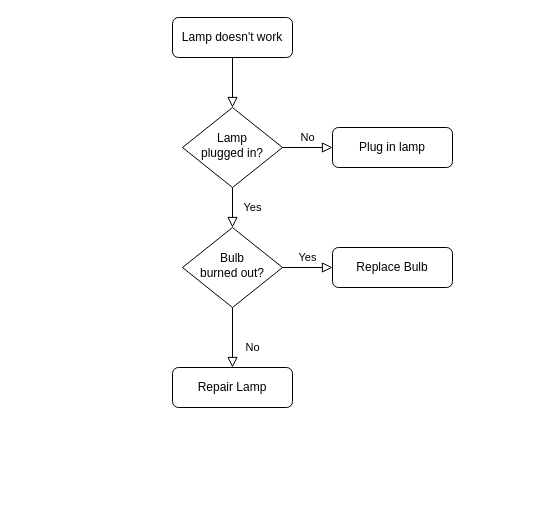
This is crash.drawio from prim/git, a draw.io file, before an edit. Source tidied: cells renumbered, new cells numbered last; positions are measured from the earlier drawing's top-left corner, leaving out a move shared by most shapes. Both pictures are drawn from the tidied source at 100%, with x=0, y=0 at pixel (172, 17).
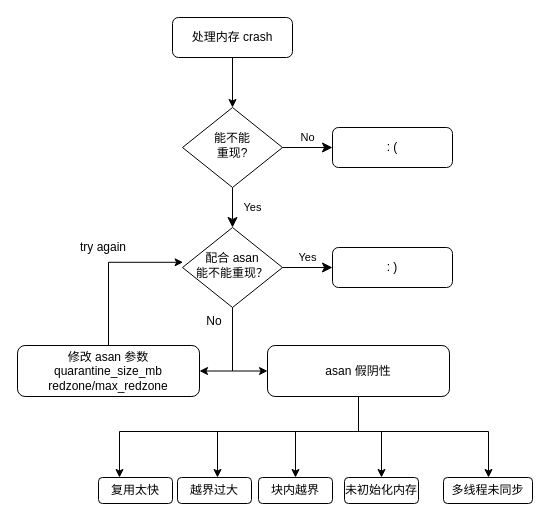
The same diagram, later.

The edit, as a diff of the source:
```diff
@@
-    <mxCell id="2" style="rounded=0;html=1;jettySize=auto;fontSize=11;endArrow=block;endFill=0;endSize=8;strokeWidth=1;shadow=0;labelBackgroundColor=none;edgeStyle=orthogonalEdgeStyle;" parent="1" edge="1" source="3" target="6">
+    <mxCell id="2" style="rounded=0;html=1;jettySize=auto;fontSize=11;endArrow=classic;endFill=1;strokeWidth=1;shadow=0;labelBackgroundColor=none;edgeStyle=orthogonalEdgeStyle;" parent="1" edge="1" source="3" target="6">
       <mxGeometry relative="1" as="geometry" />
     </mxCell>
-    <mxCell id="3" value="Lamp doesn't work" style="rounded=1;whiteSpace=wrap;html=1;fontSize=12;glass=0;strokeWidth=1;shadow=0;" parent="1" vertex="1">
+    <mxCell id="3" value="处理内存 crash" style="rounded=1;whiteSpace=wrap;html=1;fontSize=12;glass=0;strokeWidth=1;shadow=0;" parent="1" vertex="1">
       <mxGeometry width="120" height="40" as="geometry" />
     </mxCell>
-    <mxCell id="4" value="Yes" style="rounded=0;html=1;jettySize=auto;fontSize=11;endArrow=block;endFill=0;endSize=8;strokeWidth=1;shadow=0;labelBackgroundColor=none;edgeStyle=orthogonalEdgeStyle;" parent="1" edge="1" source="6" target="10">
+    <mxCell id="4" value="Yes" style="rounded=0;html=1;jettySize=auto;fontSize=11;endArrow=classic;endFill=1;endSize=8;strokeWidth=1;shadow=0;labelBackgroundColor=none;edgeStyle=orthogonalEdgeStyle;" parent="1" edge="1" source="6" target="10">
       <mxGeometry y="20" relative="1" as="geometry" />
     </mxCell>
-    <mxCell id="5" value="No" style="edgeStyle=orthogonalEdgeStyle;rounded=0;html=1;jettySize=auto;fontSize=11;endArrow=block;endFill=0;endSize=8;strokeWidth=1;shadow=0;labelBackgroundColor=none;" parent="1" edge="1" source="6" target="7">
+    <mxCell id="5" value="No" style="edgeStyle=orthogonalEdgeStyle;rounded=0;html=1;jettySize=auto;fontSize=11;endArrow=classic;endFill=1;endSize=8;strokeWidth=1;shadow=0;labelBackgroundColor=none;" parent="1" edge="1" source="6" target="7">
       <mxGeometry y="10" relative="1" as="geometry" />
     </mxCell>
-    <mxCell id="6" value="Lamp&lt;br&gt;plugged in?" style="rhombus;whiteSpace=wrap;html=1;shadow=0;fontFamily=Helvetica;fontSize=12;align=center;strokeWidth=1;spacing=6;spacingTop=-4;" parent="1" vertex="1">
+    <mxCell id="6" value="能不能&lt;br&gt;重现?" style="rhombus;whiteSpace=wrap;html=1;shadow=0;fontFamily=Helvetica;fontSize=12;align=center;strokeWidth=1;spacing=6;spacingTop=-4;" parent="1" vertex="1">
       <mxGeometry x="10" y="90" width="100" height="80" as="geometry" />
     </mxCell>
-    <mxCell id="7" value="Plug in lamp" style="rounded=1;whiteSpace=wrap;html=1;fontSize=12;glass=0;strokeWidth=1;shadow=0;" parent="1" vertex="1">
+    <mxCell id="7" value=": (" style="rounded=1;whiteSpace=wrap;html=1;fontSize=12;glass=0;strokeWidth=1;shadow=0;" parent="1" vertex="1">
       <mxGeometry x="160" y="110" width="120" height="40" as="geometry" />
     </mxCell>
-    <mxCell id="8" value="No" style="rounded=0;html=1;jettySize=auto;fontSize=11;endArrow=block;endFill=0;endSize=8;strokeWidth=1;shadow=0;labelBackgroundColor=none;edgeStyle=orthogonalEdgeStyle;" parent="1" edge="1" source="10" target="11">
-      <mxGeometry x="0.33" y="20" relative="1" as="geometry" />
-    </mxCell>
-    <mxCell id="9" value="Yes" style="edgeStyle=orthogonalEdgeStyle;rounded=0;html=1;jettySize=auto;fontSize=11;endArrow=block;endFill=0;endSize=8;strokeWidth=1;shadow=0;labelBackgroundColor=none;" parent="1" edge="1" source="10" target="12">
+    <mxCell id="9" value="Yes" style="edgeStyle=orthogonalEdgeStyle;rounded=0;html=1;jettySize=auto;fontSize=11;endArrow=classic;endFill=1;endSize=8;strokeWidth=1;shadow=0;labelBackgroundColor=none;" parent="1" edge="1" source="10" target="12">
       <mxGeometry y="10" relative="1" as="geometry" />
     </mxCell>
+    <mxCell id="13" style="edgeStyle=orthogonalEdgeStyle;rounded=0;jettySize=auto;html=1;entryX=1;entryY=0.5;entryDx=0;entryDy=0;" parent="1" edge="1" source="10" target="11">
+      <mxGeometry relative="1" as="geometry" />
+    </mxCell>
+    <mxCell id="14" style="edgeStyle=orthogonalEdgeStyle;rounded=0;jettySize=auto;html=1;entryX=0;entryY=0.5;entryDx=0;entryDy=0;" parent="1" edge="1" source="10" target="22">
+      <mxGeometry relative="1" as="geometry" />
+    </mxCell>
-    <mxCell id="10" value="Bulb&lt;br&gt;burned out?" style="rhombus;whiteSpace=wrap;html=1;shadow=0;fontFamily=Helvetica;fontSize=12;align=center;strokeWidth=1;spacing=6;spacingTop=-4;" parent="1" vertex="1">
+    <mxCell id="10" value="配合 asan &lt;br&gt;能不能重现？" style="rhombus;whiteSpace=wrap;html=1;shadow=0;fontFamily=Helvetica;fontSize=12;align=center;strokeWidth=1;spacing=6;spacingTop=-4;" parent="1" vertex="1">
       <mxGeometry x="10" y="210" width="100" height="80" as="geometry" />
     </mxCell>
+    <mxCell id="15" style="edgeStyle=orthogonalEdgeStyle;rounded=0;jettySize=auto;html=1;entryX=0.006;entryY=0.435;entryDx=0;entryDy=0;entryPerimeter=0;" parent="1" edge="1" source="11" target="10">
+      <mxGeometry relative="1" as="geometry" />
+    </mxCell>
-    <mxCell id="11" value="Repair Lamp" style="rounded=1;whiteSpace=wrap;html=1;fontSize=12;glass=0;strokeWidth=1;shadow=0;" parent="1" vertex="1">
-      <mxGeometry y="350" width="120" height="40" as="geometry" />
+    <mxCell id="11" value="修改 asan 参数&lt;br&gt;quarantine_size_mb&lt;br&gt;redzone/max_redzone" style="rounded=1;whiteSpace=wrap;html=1;fontSize=12;glass=0;strokeWidth=1;shadow=0;" parent="1" vertex="1">
+      <mxGeometry x="-155" y="328" width="182" height="51" as="geometry" />
     </mxCell>
-    <mxCell id="12" value="Replace Bulb" style="rounded=1;whiteSpace=wrap;html=1;fontSize=12;glass=0;strokeWidth=1;shadow=0;" parent="1" vertex="1">
+    <mxCell id="12" value=": )" style="rounded=1;whiteSpace=wrap;html=1;fontSize=12;glass=0;strokeWidth=1;shadow=0;" parent="1" vertex="1">
       <mxGeometry x="160" y="230" width="120" height="40" as="geometry" />
     </mxCell>
+    <mxCell id="16" value="try again" style="text;html=1;strokeColor=none;fillColor=none;align=center;verticalAlign=middle;whiteSpace=wrap;overflow=hidden;" parent="1" vertex="1">
+      <mxGeometry x="-109" y="220" width="80" height="20" as="geometry" />
+    </mxCell>
+    <mxCell id="17" style="edgeStyle=orthogonalEdgeStyle;rounded=0;jettySize=auto;html=1;" parent="1" edge="1" source="22" target="23">
+      <mxGeometry relative="1" as="geometry">
+        <Array as="points">
+          <mxPoint x="186" y="414" />
+          <mxPoint x="-53" y="414" />
+        </Array>
+      </mxGeometry>
+    </mxCell>
+    <mxCell id="18" style="edgeStyle=orthogonalEdgeStyle;rounded=0;jettySize=auto;html=1;" parent="1" edge="1" source="22" target="24">
+      <mxGeometry relative="1" as="geometry">
+        <Array as="points">
+          <mxPoint x="186" y="414" />
+          <mxPoint x="45" y="414" />
+        </Array>
+      </mxGeometry>
+    </mxCell>
+    <mxCell id="19" style="edgeStyle=orthogonalEdgeStyle;rounded=0;jettySize=auto;html=1;" parent="1" edge="1" source="22" target="25">
+      <mxGeometry relative="1" as="geometry">
+        <Array as="points">
+          <mxPoint x="186" y="414" />
+          <mxPoint x="209" y="414" />
+        </Array>
+      </mxGeometry>
+    </mxCell>
+    <mxCell id="20" style="edgeStyle=orthogonalEdgeStyle;rounded=0;jettySize=auto;html=1;" parent="1" edge="1" source="22" target="26">
+      <mxGeometry relative="1" as="geometry">
+        <Array as="points">
+          <mxPoint x="186" y="414" />
+          <mxPoint x="316" y="414" />
+        </Array>
+      </mxGeometry>
+    </mxCell>
+    <mxCell id="21" style="edgeStyle=orthogonalEdgeStyle;rounded=0;jettySize=auto;html=1;" parent="1" edge="1" source="22" target="27">
+      <mxGeometry relative="1" as="geometry">
+        <Array as="points">
+          <mxPoint x="186" y="414" />
+          <mxPoint x="123" y="414" />
+        </Array>
+      </mxGeometry>
+    </mxCell>
+    <mxCell id="22" value="asan 假阴性" style="rounded=1;whiteSpace=wrap;html=1;fontSize=12;glass=0;strokeWidth=1;shadow=0;" parent="1" vertex="1">
+      <mxGeometry x="95" y="328" width="182" height="51" as="geometry" />
+    </mxCell>
+    <mxCell id="23" value="复用太快" style="rounded=1;whiteSpace=wrap;html=1;fontSize=12;glass=0;strokeWidth=1;shadow=0;" parent="1" vertex="1">
+      <mxGeometry x="-74" y="460" width="74" height="26" as="geometry" />
+    </mxCell>
+    <mxCell id="24" value="越界过大" style="rounded=1;whiteSpace=wrap;html=1;fontSize=12;glass=0;strokeWidth=1;shadow=0;" parent="1" vertex="1">
+      <mxGeometry x="5" y="460" width="74" height="26" as="geometry" />
+    </mxCell>
+    <mxCell id="25" value="未初始化内存" style="rounded=1;whiteSpace=wrap;html=1;fontSize=12;glass=0;strokeWidth=1;shadow=0;" parent="1" vertex="1">
+      <mxGeometry x="172" y="460" width="74" height="26" as="geometry" />
+    </mxCell>
+    <mxCell id="26" value="多线程未同步" style="rounded=1;whiteSpace=wrap;html=1;fontSize=12;glass=0;strokeWidth=1;shadow=0;" parent="1" vertex="1">
+      <mxGeometry x="271" y="460" width="89" height="26" as="geometry" />
+    </mxCell>
+    <mxCell id="8" value="No" style="text;html=1;strokeColor=none;fillColor=none;align=center;verticalAlign=middle;whiteSpace=wrap;overflow=hidden;" parent="1" vertex="1">
+      <mxGeometry x="2" y="294" width="80" height="20" as="geometry" />
+    </mxCell>
+    <mxCell id="27" value="块内越界" style="rounded=1;whiteSpace=wrap;html=1;fontSize=12;glass=0;strokeWidth=1;shadow=0;" parent="1" vertex="1">
+      <mxGeometry x="86" y="460" width="74" height="26" as="geometry" />
+    </mxCell>
```
